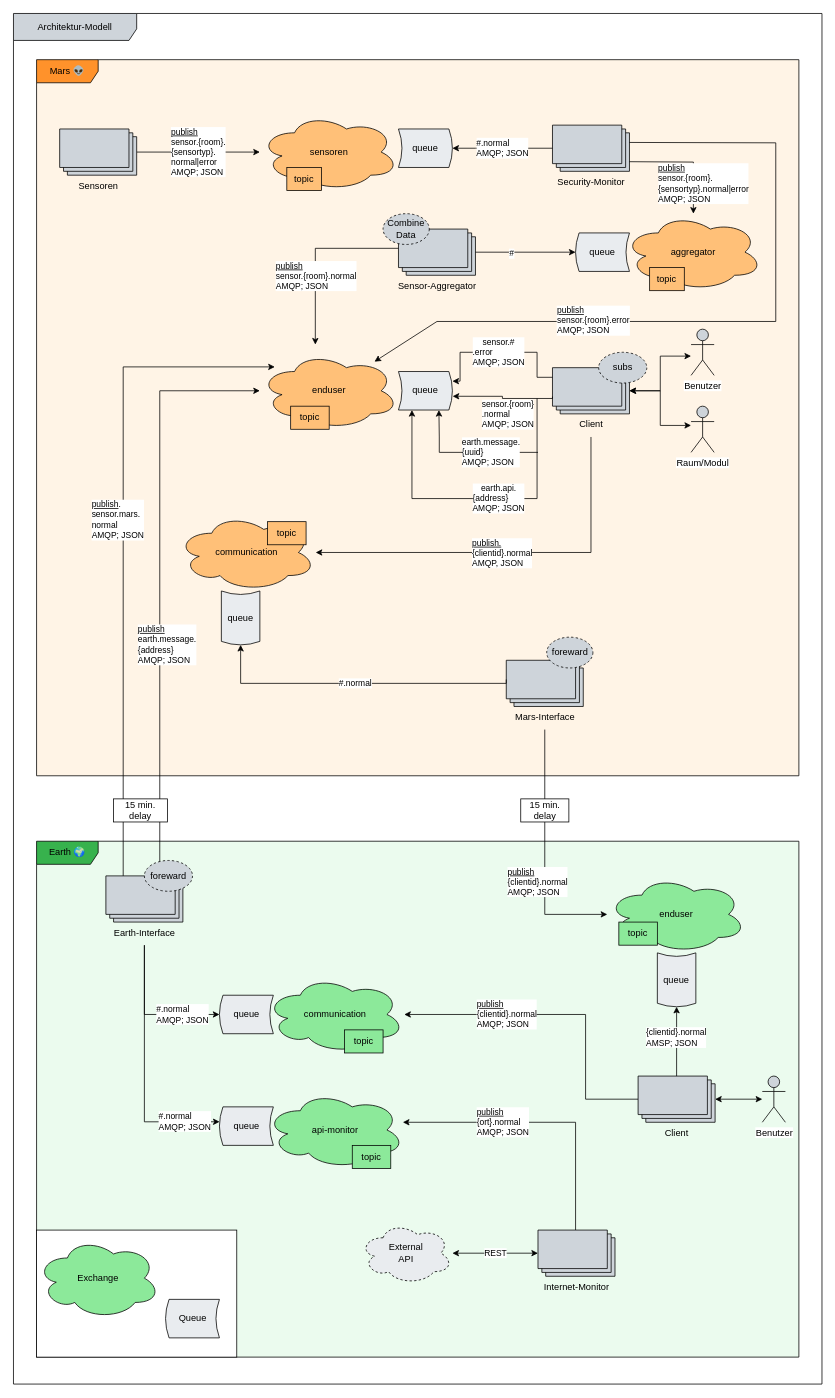
Above: docs/Architektur-Modell.drawio in leo-3108/mi-fddw-mars-colonisation-gedrath-pelzer (draw.io), before the change. Source tidied: cells renumbered, new cells numbered last; positions are measured from the earlier drawing's top-left corner, leaving out a move shared by most shapes. Both pictures are drawn from the tidied source at 77%, with x=0, y=0 at pixel (13, 13).
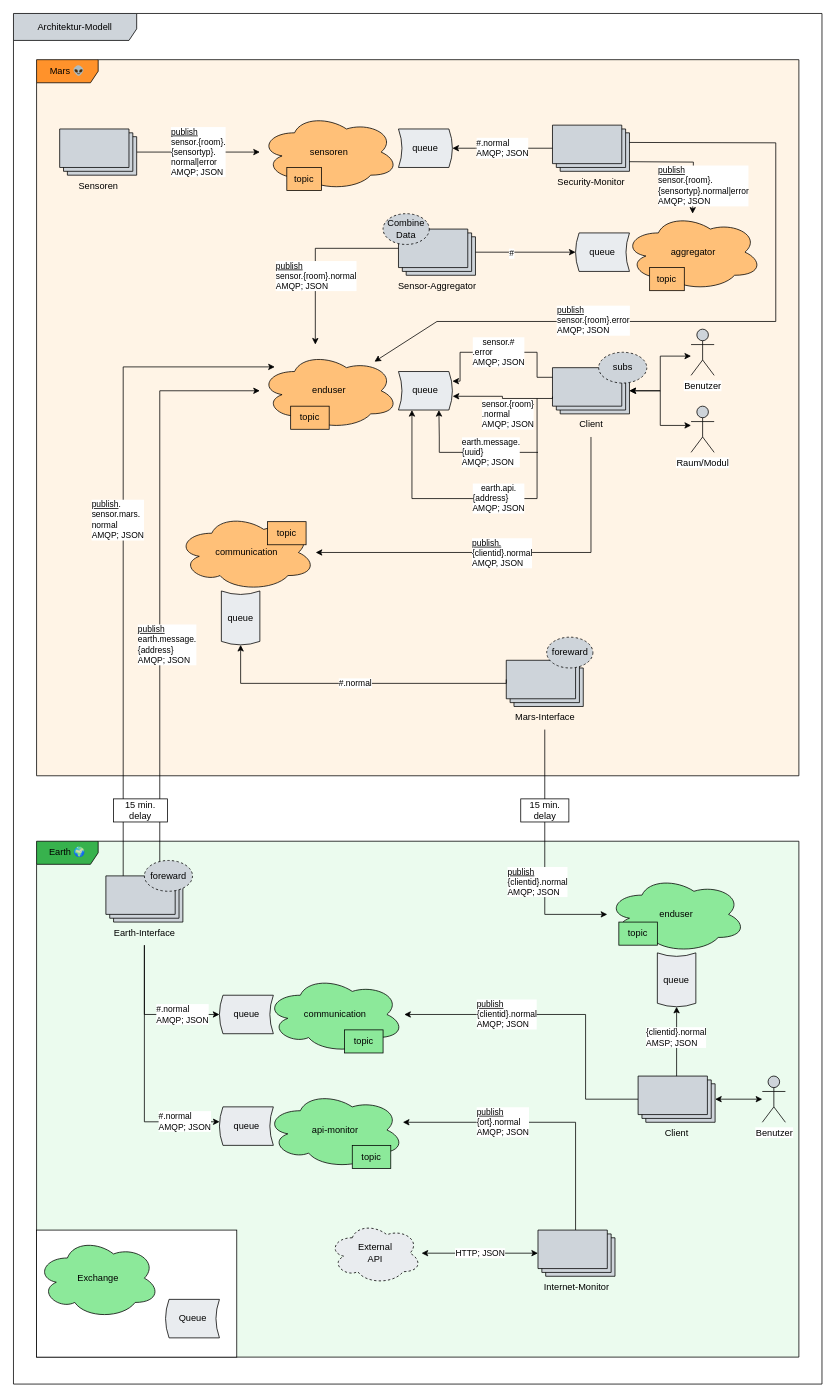
The same page after the edit.

Commit message:
Update Modell - Änderung des Protokolls bei API-Anfrage

The change refers to these unchanged cells:
```xml
<mxCell id="11" value="&lt;font face=&quot;IBM Plex Mono&quot;&gt;Security-Monitor&lt;/font&gt;" style="verticalLabelPosition=bottom;verticalAlign=top;html=1;shape=mxgraph.basic.layered_rect;dx=10;outlineConnect=0;fillColor=#ced4da;" parent="1" vertex="1">
  <mxGeometry x="700" y="145" width="100" height="60" as="geometry" />
</mxCell>
<mxCell id="53" value="&lt;font face=&quot;IBM Plex Mono&quot;&gt;Internet-Monitor&lt;/font&gt;" style="verticalLabelPosition=bottom;verticalAlign=top;html=1;shape=mxgraph.basic.layered_rect;dx=10;outlineConnect=0;fillColor=#ced4da;" parent="1" vertex="1">
  <mxGeometry x="681.2" y="1580" width="100" height="60" as="geometry" />
</mxCell>
```

Diff of the diagram source:
```diff
@@
     <mxCell id="54" value="External&lt;br&gt;API" style="ellipse;shape=cloud;whiteSpace=wrap;html=1;fontFamily=IBM Plex Sans;FType=g;dashed=1;gradientColor=none;fillColor=#e9ecef;" parent="1" vertex="1">
-      <mxGeometry x="450" y="1570" width="120" height="80" as="geometry" />
+      <mxGeometry x="410" y="1570" width="120" height="80" as="geometry" />
     </mxCell>
-    <mxCell id="55" value="&lt;font&gt;REST&lt;/font&gt;" style="edgeStyle=orthogonalEdgeStyle;rounded=0;jettySize=auto;html=1;startArrow=classic;startFill=1;fontFamily=IBM Plex Mono;" parent="1" edge="1" source="54" target="53">
+    <mxCell id="55" value="&lt;font&gt;HTTP; JSON&lt;/font&gt;" style="edgeStyle=orthogonalEdgeStyle;rounded=0;jettySize=auto;html=1;startArrow=classic;startFill=1;fontFamily=IBM Plex Mono;" parent="1" edge="1" source="54" target="53">
       <mxGeometry relative="1" as="geometry" />
     </mxCell>
@@
     <mxCell id="63" style="endArrow=classic;html=1;exitX=0;exitY=0;exitDx=100;exitDy=47.5;exitPerimeter=0;rounded=0;" parent="1" edge="1" source="11">
       <mxGeometry relative="1" as="geometry">
-        <mxPoint x="883" y="260" as="targetPoint" />
+        <mxPoint x="882" y="260" as="targetPoint" />
         <Array as="points">
           <mxPoint x="883" y="193" />
         </Array>
       </mxGeometry>
     </mxCell>
     <mxCell id="64" value="&lt;div style=&quot;text-align: left&quot;&gt;&lt;u&gt;publish&lt;/u&gt;&lt;/div&gt;&lt;div style=&quot;text-align: left&quot;&gt;sensor.{room}.&lt;/div&gt;{sensortyp}.normal|error&lt;br&gt;&lt;div style=&quot;text-align: left&quot;&gt;AMQP; JSON&lt;/div&gt;" style="edgeLabel;html=1;align=center;verticalAlign=middle;fontFamily=IBM Plex Mono;" parent="63" vertex="1">
       <mxGeometry x="-0.31" y="2" relative="1" as="geometry">
-        <mxPoint x="43.6" y="29.2" as="offset" />
+        <mxPoint x="43.4" y="32.2" as="offset" />
       </mxGeometry>
     </mxCell>
```
